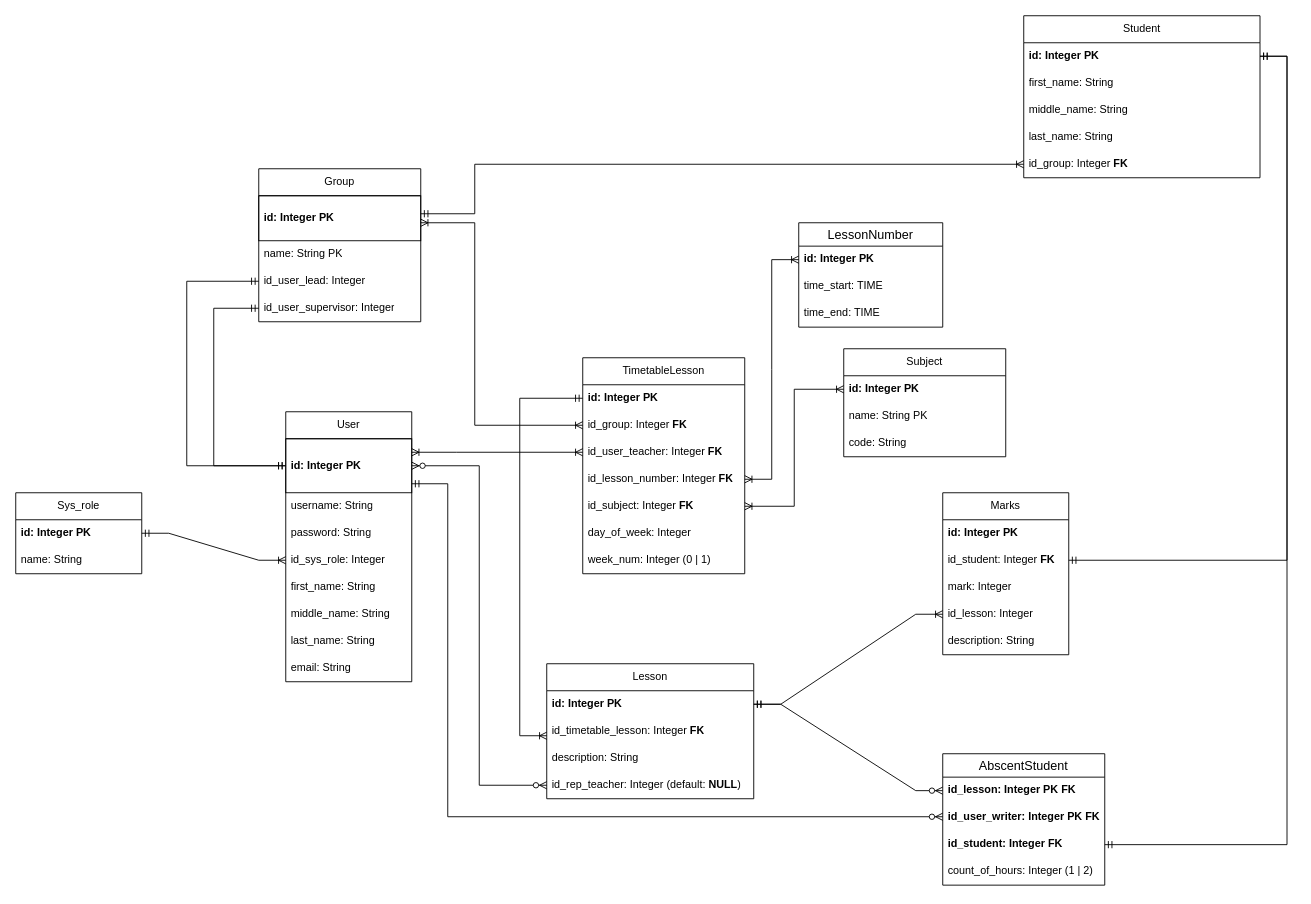
Earlier version of the draw.io diagram DRAWIO/StudentJournal.drawio (MountainNerd/SJournal_ERD). Source tidied: cells renumbered, new cells numbered last; positions are measured from the earlier drawing's top-left corner, leaving out a move shared by most shapes. Both pictures are drawn from the tidied source at 90%, with x=0, y=0 at pixel (15, 15).
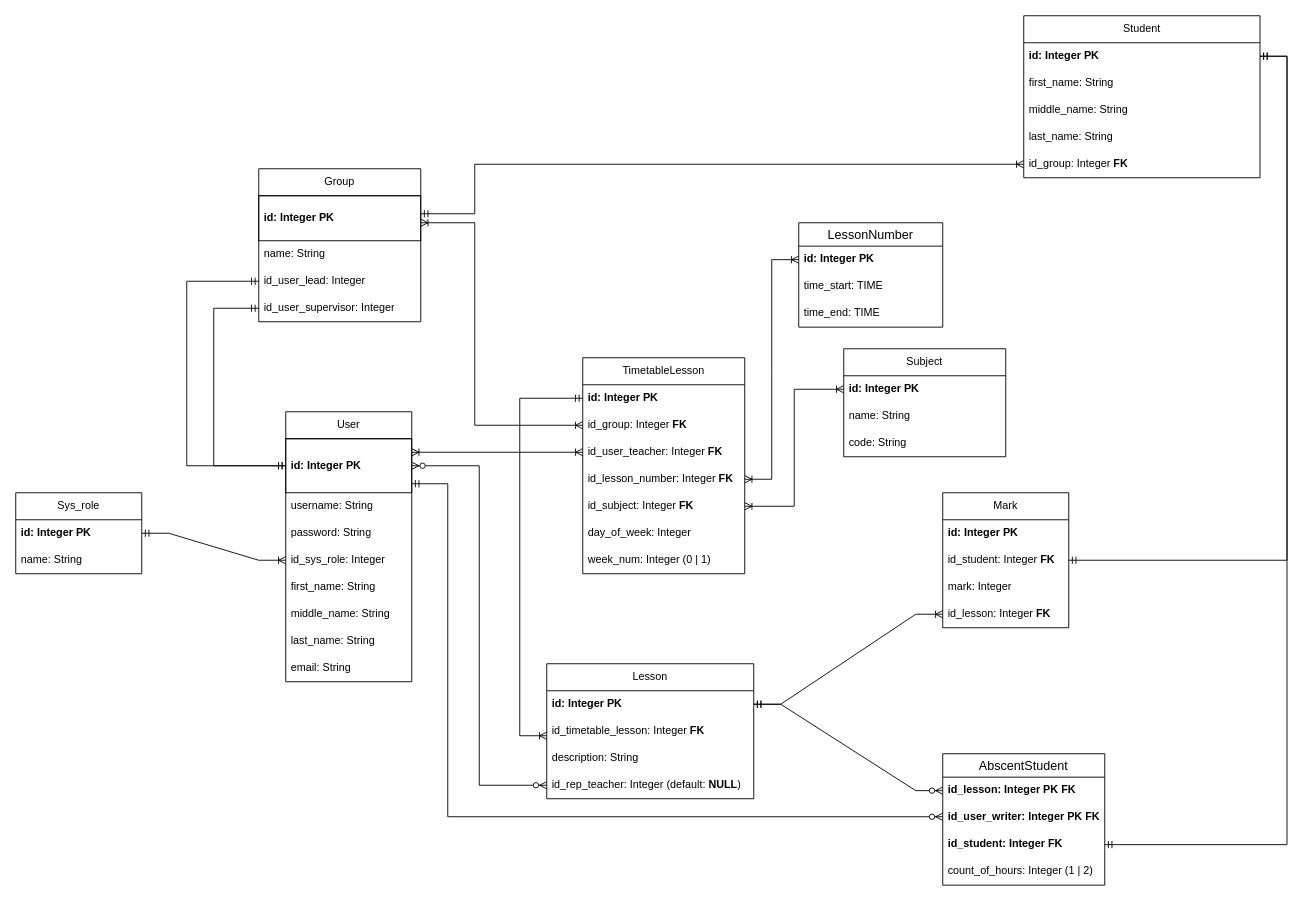
The same diagram, later.

Unchanged cells that the change refers to:
```xml
<mxCell id="22" value="Group" style="swimlane;fontStyle=0;horizontal=1;startSize=30;whiteSpace=wrap;html=1;" parent="1" vertex="1">
  <mxGeometry x="270" y="170" width="180" height="170" as="geometry" />
</mxCell>
<mxCell id="27" value="Subject" style="swimlane;fontStyle=0;horizontal=1;startSize=30;whiteSpace=wrap;html=1;" parent="1" vertex="1">
  <mxGeometry x="920" y="370" width="180" height="120" as="geometry" />
</mxCell>
```

What changed in the source:
```diff
@@
-    <mxCell id="24" value="name: String PK" style="text;strokeColor=none;fillColor=none;align=left;verticalAlign=middle;spacingLeft=4;spacingRight=4;overflow=hidden;whiteSpace=wrap;html=1;" parent="22" vertex="1">
+    <mxCell id="24" value="name: String" style="text;strokeColor=none;fillColor=none;align=left;verticalAlign=middle;spacingLeft=4;spacingRight=4;overflow=hidden;whiteSpace=wrap;html=1;" parent="22" vertex="1">
       <mxGeometry y="80" width="180" height="30" as="geometry" />
     </mxCell>
@@
-    <mxCell id="29" value="name: String PK" style="text;strokeColor=none;fillColor=none;align=left;verticalAlign=middle;spacingLeft=4;spacingRight=4;overflow=hidden;whiteSpace=wrap;html=1;" parent="27" vertex="1">
+    <mxCell id="29" value="name: String" style="text;strokeColor=none;fillColor=none;align=left;verticalAlign=middle;spacingLeft=4;spacingRight=4;overflow=hidden;whiteSpace=wrap;html=1;" parent="27" vertex="1">
       <mxGeometry y="60" width="180" height="30" as="geometry" />
     </mxCell>
@@
-    <mxCell id="37" value="Marks" style="swimlane;fontStyle=0;horizontal=1;startSize=30;whiteSpace=wrap;html=1;" parent="1" vertex="1">
-      <mxGeometry x="1030" y="530" width="140" height="180" as="geometry" />
+    <mxCell id="37" value="Mark" style="swimlane;fontStyle=0;horizontal=1;startSize=30;whiteSpace=wrap;html=1;" parent="1" vertex="1">
+      <mxGeometry x="1030" y="530" width="140" height="150" as="geometry" />
     </mxCell>
@@
-    <mxCell id="41" value="id_lesson: Integer" style="text;strokeColor=none;fillColor=none;align=left;verticalAlign=middle;spacingLeft=4;spacingRight=4;overflow=hidden;points=[[0,0.5],[1,0.5]];portConstraint=eastwest;whiteSpace=wrap;html=1;" parent="37" vertex="1">
+    <mxCell id="41" value="id_lesson: Integer &lt;b&gt;FK&lt;/b&gt;" style="text;strokeColor=none;fillColor=none;align=left;verticalAlign=middle;spacingLeft=4;spacingRight=4;overflow=hidden;points=[[0,0.5],[1,0.5]];portConstraint=eastwest;whiteSpace=wrap;html=1;" parent="37" vertex="1">
       <mxGeometry y="120" width="140" height="30" as="geometry" />
     </mxCell>
-    <mxCell id="42" value="description: String" style="text;strokeColor=none;fillColor=none;align=left;verticalAlign=middle;spacingLeft=4;spacingRight=4;overflow=hidden;whiteSpace=wrap;html=1;" parent="37" vertex="1">
-      <mxGeometry y="150" width="140" height="30" as="geometry" />
-    </mxCell>
```
